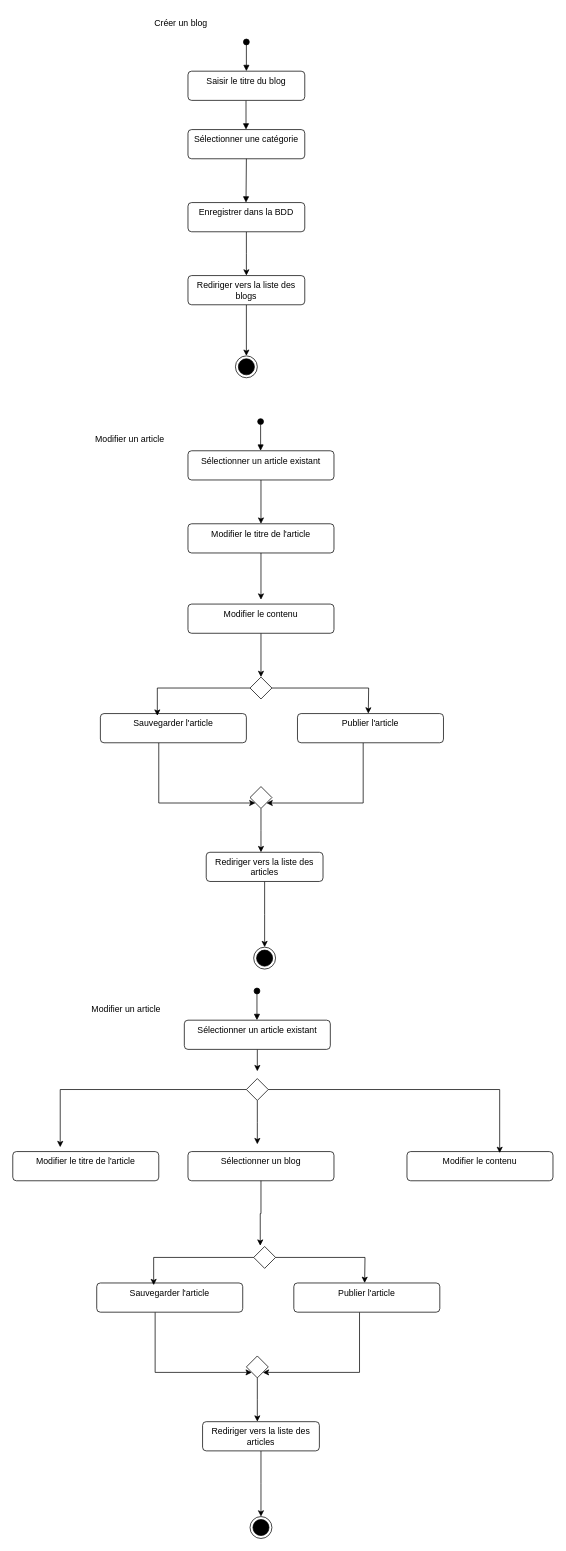
Earlier version of the draw.io diagram page "Diagramme d'activité" (6 of 11) of Diagramme sans nom.drawio (Ali0908/BDD_UML). Source tidied: cells renumbered, new cells numbered last; positions are measured from the earlier drawing's top-left corner, leaving out a move shared by most shapes. Both pictures are drawn from the tidied source at 73%, with x=0, y=0 at pixel (12, 12).
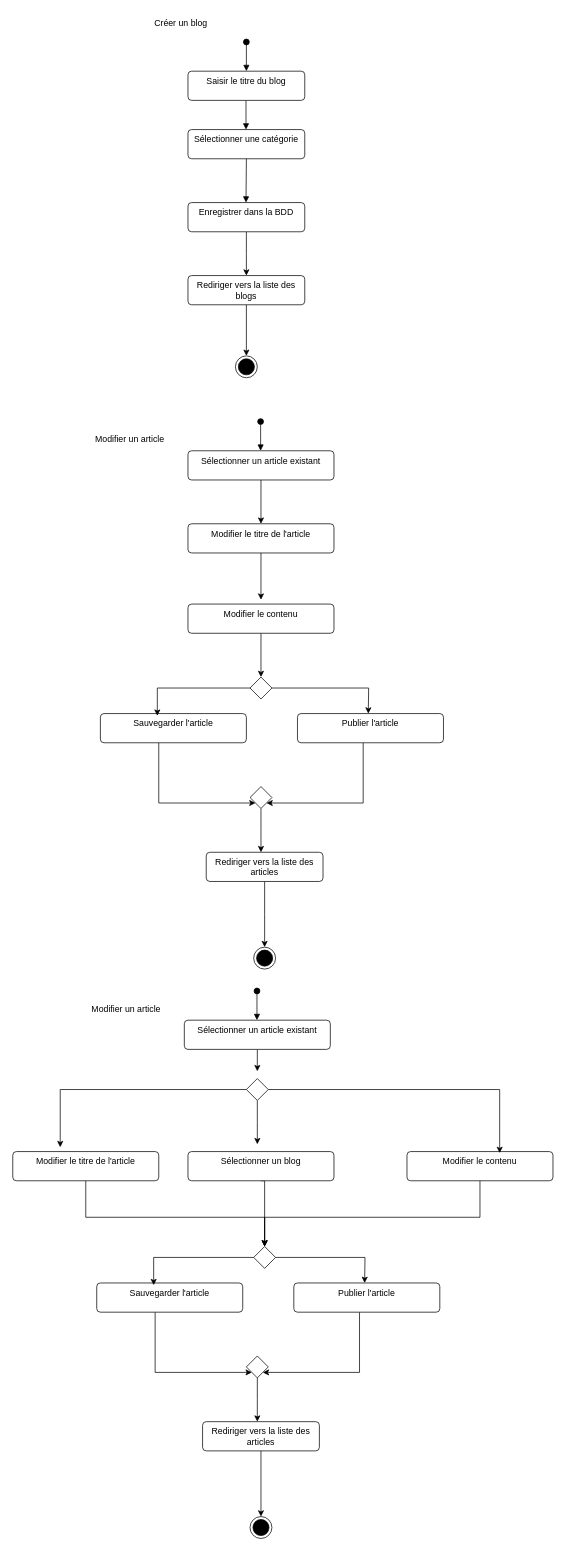
The same diagram, later.

The change refers to these unchanged cells:
```xml
<mxCell id="36" value="Modifier le titre de l'article" style="html=1;align=center;verticalAlign=top;rounded=1;absoluteArcSize=1;arcSize=10;dashed=0;whiteSpace=wrap;" parent="1" vertex="1">
  <mxGeometry y="1560" width="200" height="40" as="geometry" />
</mxCell>
<mxCell id="37" value="Modifier le contenu" style="html=1;align=center;verticalAlign=top;rounded=1;absoluteArcSize=1;arcSize=10;dashed=0;whiteSpace=wrap;" parent="1" vertex="1">
  <mxGeometry x="540" y="1560" width="200" height="40" as="geometry" />
</mxCell>
<mxCell id="45" style="rhombus;" parent="1" vertex="1">
  <mxGeometry x="330" y="1690" width="30" height="30" as="geometry" />
</mxCell>
<mxCell id="50" value="Sélectionner un blog" style="html=1;align=center;verticalAlign=top;rounded=1;absoluteArcSize=1;arcSize=10;dashed=0;whiteSpace=wrap;" parent="1" vertex="1">
  <mxGeometry x="240" y="1560" width="200" height="40" as="geometry" />
</mxCell>
```

What changed in the source:
```diff
@@
+    <mxCell id="57" style="edgeStyle=orthogonalEdgeStyle;rounded=0;jettySize=auto;html=1;entryX=0.5;entryY=0;entryDx=0;entryDy=0;" parent="1" edge="1" source="36" target="45">
+      <mxGeometry relative="1" as="geometry">
+        <Array as="points">
+          <mxPoint x="100" y="1650" />
+          <mxPoint x="345" y="1650" />
+        </Array>
+      </mxGeometry>
+    </mxCell>
@@
+    <mxCell id="58" style="edgeStyle=orthogonalEdgeStyle;rounded=0;jettySize=auto;html=1;entryX=0.5;entryY=0;entryDx=0;entryDy=0;" parent="1" edge="1" source="37" target="45">
+      <mxGeometry relative="1" as="geometry">
+        <Array as="points">
+          <mxPoint x="640" y="1650" />
+          <mxPoint x="345" y="1650" />
+        </Array>
+      </mxGeometry>
+    </mxCell>
@@
+    <mxCell id="55" style="edgeStyle=orthogonalEdgeStyle;rounded=0;jettySize=auto;html=1;exitX=0.5;exitY=1;exitDx=0;exitDy=0;entryX=0.5;entryY=0;entryDx=0;entryDy=0;" parent="1" edge="1" source="50" target="45">
+      <mxGeometry relative="1" as="geometry">
+        <Array as="points">
+          <mxPoint x="345" y="1600" />
+        </Array>
+      </mxGeometry>
+    </mxCell>
@@
-    <mxCell id="55" style="edgeStyle=orthogonalEdgeStyle;rounded=0;jettySize=auto;html=1;entryX=0.3;entryY=-0.033;entryDx=0;entryDy=0;entryPerimeter=0;" parent="1" edge="1" source="50" target="45">
-      <mxGeometry relative="1" as="geometry" />
-    </mxCell>
```
